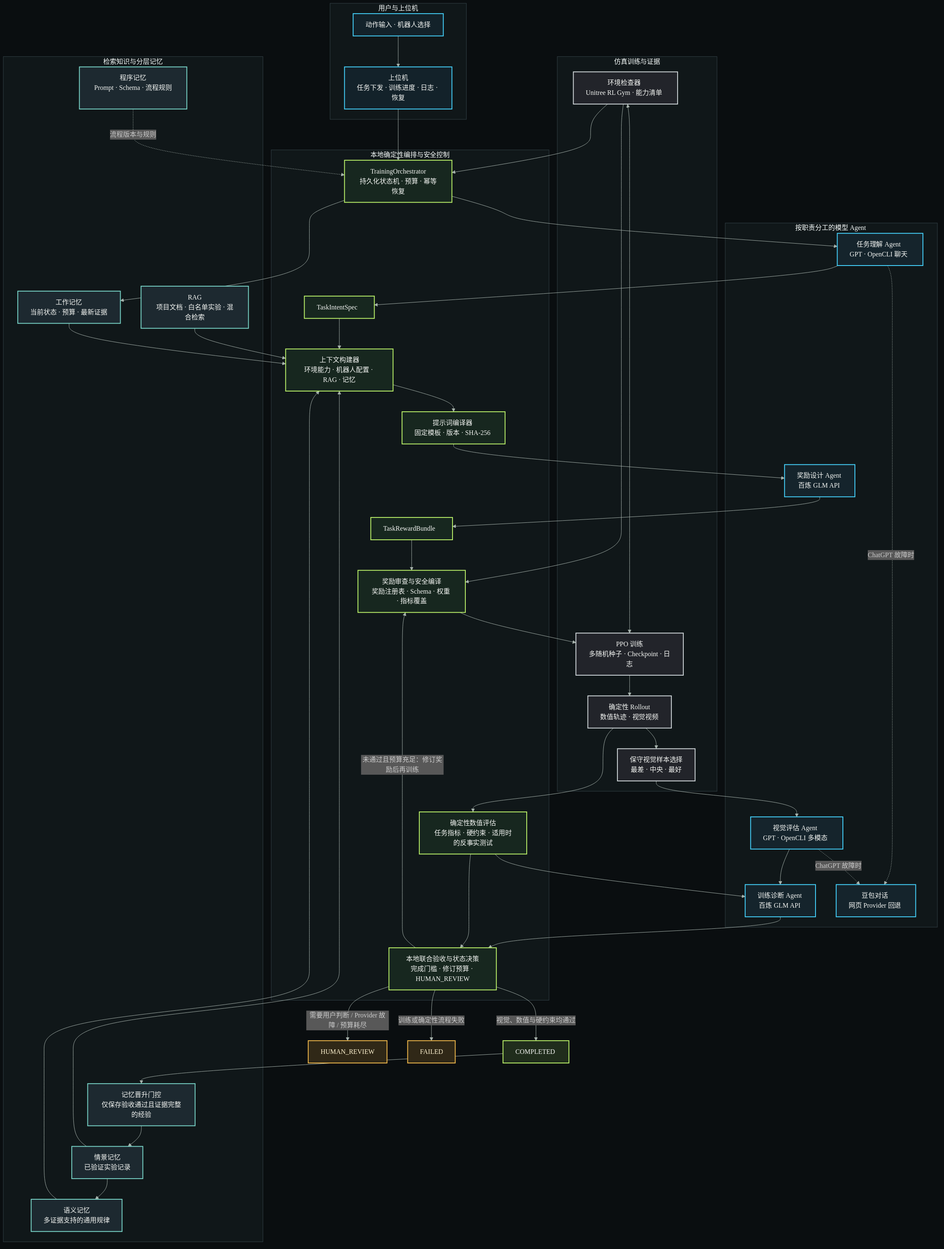
Above: rl_agent/docs/agent/images/rl-agent-architecture-v2.png in Madong9/parameter_adjustment_agent (Mermaid), before the change. Its source is kept beside it as rl_agent/docs/agent/images/rl-agent-architecture-v2.mmd. Its diagram source:
```mermaid
%%{init: {"theme":"dark","themeVariables":{"background":"#0a0e10","primaryColor":"#17271f","primaryTextColor":"#f5f7f4","primaryBorderColor":"#bdf56a","lineColor":"#a7b3ad","secondaryColor":"#15242c","tertiaryColor":"#101719","clusterBkg":"#101719","clusterBorder":"#344248","fontFamily":"Noto Sans CJK SC, sans-serif"}}}%%
flowchart TB
    classDef ui fill:#13222a,stroke:#45d4ff,color:#f5f7f4,stroke-width:2px
    classDef local fill:#17271f,stroke:#bdf56a,color:#f5f7f4,stroke-width:2px
    classDef model fill:#15242c,stroke:#45d4ff,color:#f5f7f4,stroke-width:2px
    classDef train fill:#22242a,stroke:#d2d9dc,color:#f5f7f4,stroke-width:2px
    classDef memory fill:#1d2930,stroke:#79d7ca,color:#f5f7f4,stroke-width:2px
    classDef terminal fill:#202d1c,stroke:#bdf56a,color:#f5f7f4,stroke-width:2px
    classDef review fill:#302817,stroke:#f0b84b,color:#fff4d1,stroke-width:2px

    subgraph U[用户与上位机]
        INPUT[动作输入 · 机器人选择]:::ui --> UI[上位机<br/>任务下发 · 训练进度 · 日志 · 恢复]:::ui
    end

    subgraph L[本地确定性编排与安全控制]
        ORCH[TrainingOrchestrator<br/>持久化状态机 · 预算 · 幂等恢复]:::local
        SPEC[TaskIntentSpec]:::local
        CONTEXT[上下文构建器<br/>环境能力 · 机器人配置 · RAG · 记忆]:::local
        PROMPT[提示词编译器<br/>固定模板 · 版本 · SHA-256]:::local
        BUNDLE[TaskRewardBundle]:::local
        REVIEW[奖励审查与安全编译<br/>奖励注册表 · Schema · 权重 · 指标覆盖]:::local
        NUM[确定性数值评估<br/>任务指标 · 硬约束 · 适用时的反事实测试]:::local
        GATE[本地联合验收与状态决策<br/>完成门槛 · 修订预算 · HUMAN_REVIEW]:::local
    end

    subgraph A[按职责分工的模型 Agent]
        TASK[任务理解 Agent<br/>GPT · OpenCLI 聊天]:::model
        REWARD[奖励设计 Agent<br/>百炼 GLM API]:::model
        VISION[视觉评估 Agent<br/>GPT · OpenCLI 多模态]:::model
        DIAG[训练诊断 Agent<br/>百炼 GLM API]:::model
        DOUBAO[豆包对话<br/>网页 Provider 回退]:::model
    end

    subgraph E[仿真训练与证据]
        ENV[环境检查器<br/>Unitree RL Gym · 能力清单]:::train
        PPO[PPO 训练<br/>多随机种子 · Checkpoint · 日志]:::train
        ROLLOUT[确定性 Rollout<br/>数值轨迹 · 视觉视频]:::train
        SELECT[保守视觉样本选择<br/>最差 · 中央 · 最好]:::train
    end

    subgraph K[检索知识与分层记忆]
        RAG[RAG<br/>项目文档 · 白名单实验 · 混合检索]:::memory
        WM[工作记忆<br/>当前状态 · 预算 · 最新证据]:::memory
        EM[情景记忆<br/>已验证实验记录]:::memory
        SM[语义记忆<br/>多证据支持的通用规律]:::memory
        PM[程序记忆<br/>Prompt · Schema · 流程规则]:::memory
        PROMOTION[记忆晋升门控<br/>仅保存验收通过且证据完整的经验]:::memory
    end

    UI --> ORCH
    ORCH --> TASK --> SPEC --> CONTEXT --> PROMPT --> REWARD --> BUNDLE --> REVIEW --> PPO
    ENV --> ORCH
    ENV --> REVIEW
    ENV <--> PPO
    RAG --> CONTEXT
    WM --> CONTEXT
    EM --> CONTEXT
    SM --> CONTEXT
    PM -. 流程版本与规则 .-> ORCH

    PPO --> ROLLOUT
    ROLLOUT --> NUM
    ROLLOUT --> SELECT --> VISION
    TASK -. ChatGPT 故障时 .-> DOUBAO
    VISION -. ChatGPT 故障时 .-> DOUBAO
    NUM --> DIAG
    VISION --> DIAG
    DIAG --> GATE
    NUM --> GATE
    GATE -- 未通过且预算充足：修订奖励后再训练 --> REVIEW
    GATE -- 视觉、数值与硬约束均通过 --> DONE[COMPLETED]:::terminal
    GATE -- 需要用户判断 / Provider 故障 / 预算耗尽 --> HUMAN[HUMAN_REVIEW]:::review
    GATE -- 训练或确定性流程失败 --> FAILED[FAILED]:::review
    DONE --> PROMOTION --> EM --> SM
    ORCH --> WM

```
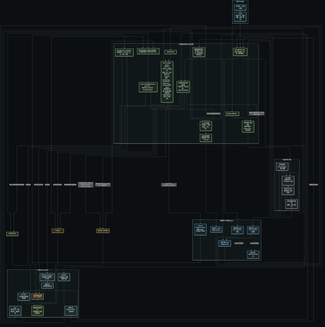
The same file after the commit.

Change to the diagram source:
```diff
@@ -15,12 +15,18 @@
     subgraph L[本地确定性编排与安全控制]
         ORCH[TrainingOrchestrator<br/>持久化状态机 · 预算 · 幂等恢复]:::local
         SPEC[TaskIntentSpec]:::local
+        FEAS[Task Feasibility Pipeline<br/>MotionConstraintSpec<br/>步态 · CoM · 接触 · 基座 · 末端规划器<br/>Pinocchio IK · 浮动基座 · 逆动力学 · 接触力 · 轨迹优化能力门<br/>动作专用 IsaacGym rollout<br/>缺少后端保持 INCONCLUSIVE · 不训练 PPO]:::local
+        ADMISSION[TrainingAdmissionPolicy<br/>能力与环境证据 · strict 或预算探索<br/>持久化准入预算 · 独立验收合同]:::local
+        HEALTH[独立默认姿态环境检查<br/>隔离 Isaac Gym worker<br/>仅证明仿真基础设施]:::local
         CONTEXT[上下文构建器<br/>环境能力 · 机器人配置 · RAG · 记忆]:::local
         PROMPT[提示词编译器<br/>固定模板 · 版本 · SHA-256]:::local
         BUNDLE[TaskRewardBundle]:::local
         REVIEW[奖励审查与安全编译<br/>奖励注册表 · Schema · 权重 · 指标覆盖]:::local
         NUM[确定性数值评估<br/>任务指标 · 硬约束 · 适用时的反事实测试]:::local
         GATE[本地联合验收与状态决策<br/>完成门槛 · 修订预算 · HUMAN_REVIEW]:::local
+        EVIDENCE[RewardExperienceEvidenceBuilder<br/>只读真实配置 · 训练与评估产物]:::local
+        ELIGIBILITY[ExperienceEligibilityChecker<br/>SUCCESS · VERIFIED_FAILURE · INCONCLUSIVE]:::local
+        VALIDATOR[RewardExperienceValidator<br/>来源哈希 · reward diff · 指标 · 引用 · 措辞]:::local
     end
 
     subgraph A[按职责分工的模型 Agent]
@@ -28,6 +34,7 @@
         REWARD[奖励设计 Agent<br/>百炼 GLM API]:::model
         VISION[视觉评估 Agent<br/>GPT · OpenCLI 多模态]:::model
         DIAG[训练诊断 Agent<br/>百炼 GLM API]:::model
+        EXPERIENCE[Reward Experience Agent<br/>诊断 Provider · 仅归纳文字经验]:::model
         DOUBAO[豆包对话<br/>网页 Provider 回退]:::model
     end
 
@@ -44,14 +51,22 @@
         EM[情景记忆<br/>已验证实验记录]:::memory
         SM[语义记忆<br/>多证据支持的通用规律]:::memory
         PM[程序记忆<br/>Prompt · Schema · 流程规则]:::memory
-        PROMOTION[记忆晋升门控<br/>仅保存验收通过且证据完整的经验]:::memory
+        PROMOTION[MemoryCuratorAgent<br/>多随机种子情景记忆门控]:::memory
+        NO_PROMOTION[只保留原始证据<br/>不写入长期记忆]:::review
+        RESULT[保留原有训练终态<br/>经验整理不改变验收结论]:::terminal
     end
 
     UI --> ORCH
-    ORCH --> TASK --> SPEC --> CONTEXT --> PROMPT --> REWARD --> BUNDLE --> REVIEW --> PPO
+    ORCH --> TASK --> SPEC --> FEAS
+    FEAS -- 原样保留候选物理结果 --> ADMISSION
+    FEAS -- 缺少真实运行证据 --> HEALTH --> ADMISSION
+    ADMISSION -- 允许训练或有预算的仿真探索 --> CONTEXT --> PROMPT --> REWARD --> BUNDLE --> REVIEW --> PPO
     ENV --> ORCH
+    ENV --> FEAS
     ENV --> REVIEW
     ENV <--> PPO
+    ADMISSION -- 基础设施或指标缺失 / strict未通过 / Mock生产调用 --> HUMAN
+    ADMISSION -- 明确能力缺失 --> FAILED
     RAG --> CONTEXT
     WM --> CONTEXT
     EM --> CONTEXT
@@ -71,6 +86,19 @@
     GATE -- 视觉、数值与硬约束均通过 --> DONE[COMPLETED]:::terminal
     GATE -- 需要用户判断 / Provider 故障 / 预算耗尽 --> HUMAN[HUMAN_REVIEW]:::review
     GATE -- 训练或确定性流程失败 --> FAILED[FAILED]:::review
-    DONE --> PROMOTION --> EM --> SM
+    DONE --> EVIDENCE
+    FAILED --> EVIDENCE
+    HUMAN --> EVIDENCE
+    EVIDENCE --> ELIGIBILITY
+    ELIGIBILITY -- SUCCESS / VERIFIED_FAILURE --> EXPERIENCE --> VALIDATOR
+    ELIGIBILITY -- INCONCLUSIVE --> NO_PROMOTION
+    VALIDATOR -- 验证通过 --> PROMOTION
+    VALIDATOR -- 校验失败 --> NO_PROMOTION
+    PROMOTION --> EM --> SM
+    SM --> RESULT
+    NO_PROMOTION --> RESULT
+    DONE --> RESULT
+    FAILED --> RESULT
+    HUMAN --> RESULT
     ORCH --> WM
 
```
